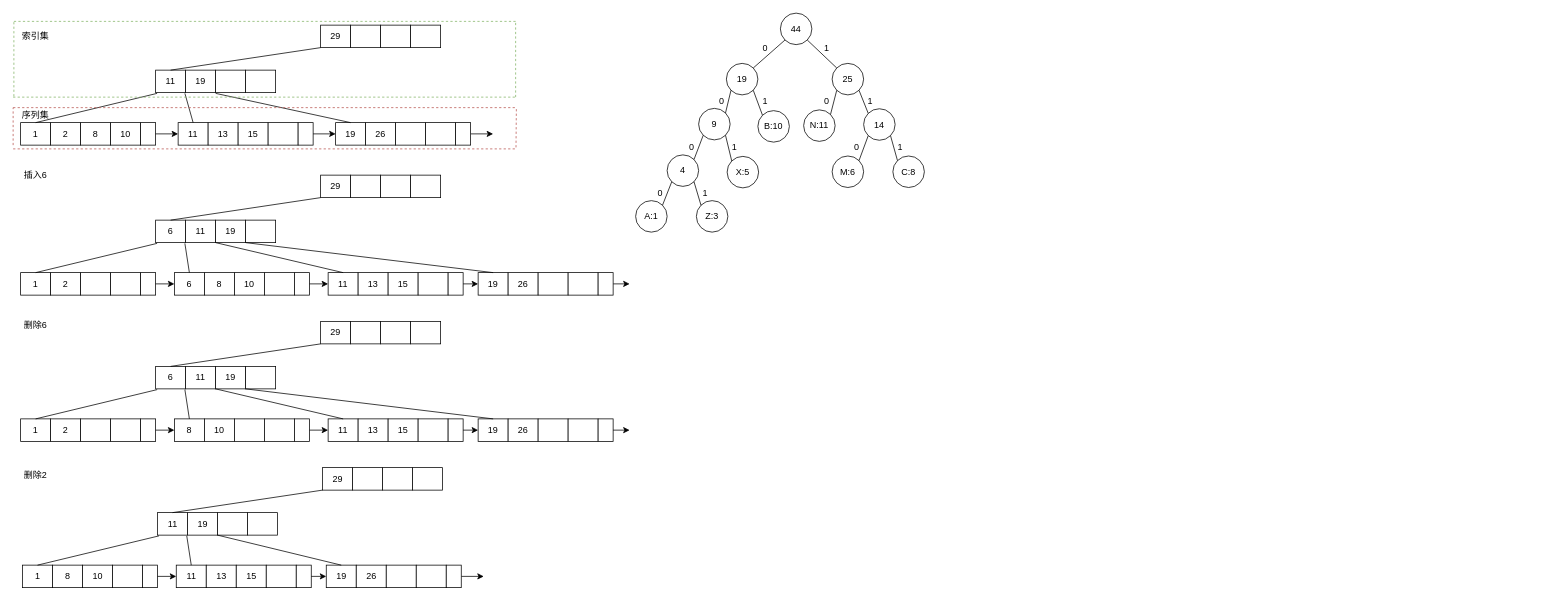
Above: 2020.drawio in swduan/88888888 (draw.io), before the change. Source tidied: cells renumbered, new cells numbered last; positions are measured from the earlier drawing's top-left corner, leaving out a move shared by most shapes. Both pictures are drawn from the tidied source at 75%, with x=0, y=0 at pixel (13, 13).
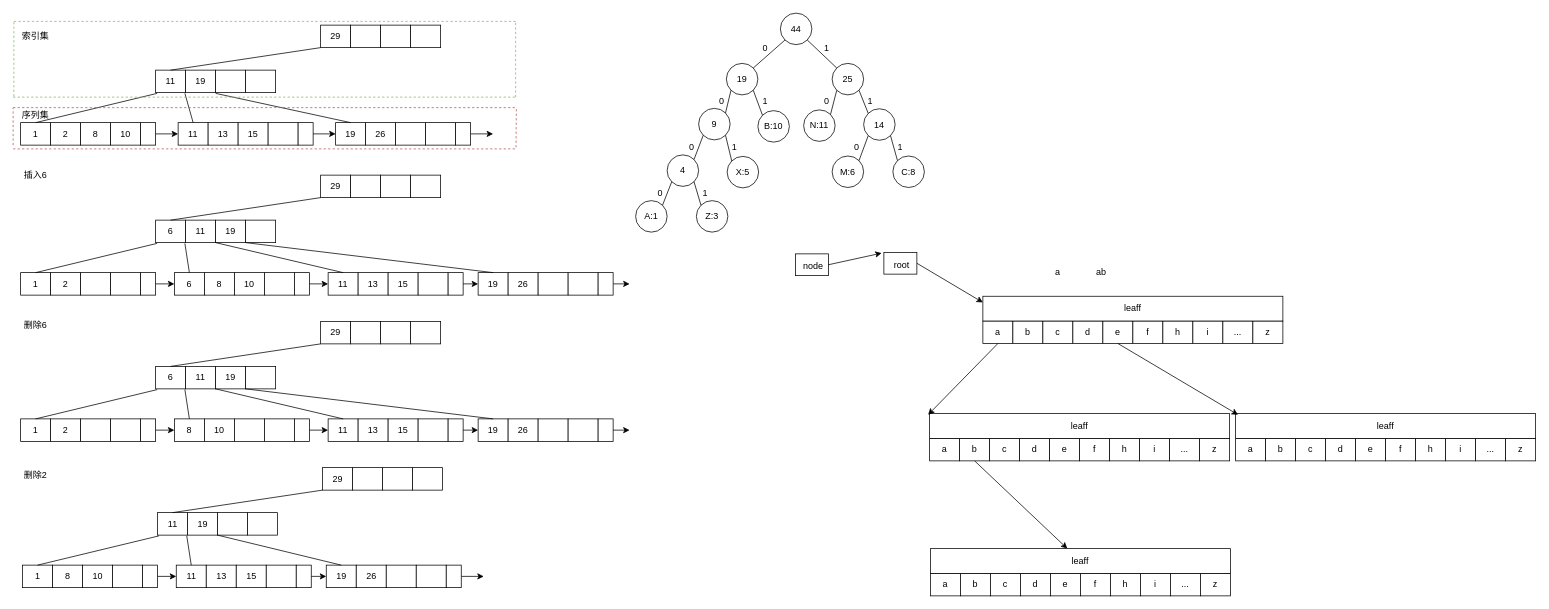
The same page after the edit.

What changed in the source:
```diff
@@
+    <mxCell id="186" value="a" style="rounded=0;whiteSpace=wrap;html=1;" parent="1" vertex="1">
+      <mxGeometry x="1293" y="410.5" width="40" height="30" as="geometry" />
+    </mxCell>
+    <mxCell id="187" value="b" style="rounded=0;whiteSpace=wrap;html=1;" parent="1" vertex="1">
+      <mxGeometry x="1333" y="410.5" width="40" height="30" as="geometry" />
+    </mxCell>
+    <mxCell id="188" value="c" style="rounded=0;whiteSpace=wrap;html=1;" parent="1" vertex="1">
+      <mxGeometry x="1373" y="410.5" width="40" height="30" as="geometry" />
+    </mxCell>
+    <mxCell id="189" value="d" style="rounded=0;whiteSpace=wrap;html=1;" parent="1" vertex="1">
+      <mxGeometry x="1413" y="410.5" width="40" height="30" as="geometry" />
+    </mxCell>
+    <mxCell id="190" value="e" style="rounded=0;whiteSpace=wrap;html=1;" parent="1" vertex="1">
+      <mxGeometry x="1453" y="410.5" width="40" height="30" as="geometry" />
+    </mxCell>
+    <mxCell id="191" value="f" style="rounded=0;whiteSpace=wrap;html=1;" parent="1" vertex="1">
+      <mxGeometry x="1493" y="410.5" width="40" height="30" as="geometry" />
+    </mxCell>
+    <mxCell id="192" value="h" style="rounded=0;whiteSpace=wrap;html=1;" parent="1" vertex="1">
+      <mxGeometry x="1533" y="410.5" width="40" height="30" as="geometry" />
+    </mxCell>
+    <mxCell id="193" value="i" style="rounded=0;whiteSpace=wrap;html=1;" parent="1" vertex="1">
+      <mxGeometry x="1573" y="410.5" width="40" height="30" as="geometry" />
+    </mxCell>
+    <mxCell id="194" value="..." style="rounded=0;whiteSpace=wrap;html=1;" parent="1" vertex="1">
+      <mxGeometry x="1613" y="410.5" width="40" height="30" as="geometry" />
+    </mxCell>
+    <mxCell id="195" value="z" style="rounded=0;whiteSpace=wrap;html=1;" parent="1" vertex="1">
+      <mxGeometry x="1653" y="410.5" width="40" height="30" as="geometry" />
+    </mxCell>
+    <mxCell id="196" value="leaff" style="rounded=0;whiteSpace=wrap;html=1;" parent="1" vertex="1">
+      <mxGeometry x="1293" y="377.5" width="400" height="33" as="geometry" />
+    </mxCell>
+    <mxCell id="197" value="a" style="rounded=0;whiteSpace=wrap;html=1;" parent="1" vertex="1">
+      <mxGeometry x="1222" y="567" width="40" height="30" as="geometry" />
+    </mxCell>
+    <mxCell id="198" value="b" style="rounded=0;whiteSpace=wrap;html=1;" parent="1" vertex="1">
+      <mxGeometry x="1262" y="567" width="40" height="30" as="geometry" />
+    </mxCell>
+    <mxCell id="199" value="c" style="rounded=0;whiteSpace=wrap;html=1;" parent="1" vertex="1">
+      <mxGeometry x="1302" y="567" width="40" height="30" as="geometry" />
+    </mxCell>
+    <mxCell id="200" value="d" style="rounded=0;whiteSpace=wrap;html=1;" parent="1" vertex="1">
+      <mxGeometry x="1342" y="567" width="40" height="30" as="geometry" />
+    </mxCell>
+    <mxCell id="201" value="e" style="rounded=0;whiteSpace=wrap;html=1;" parent="1" vertex="1">
+      <mxGeometry x="1382" y="567" width="40" height="30" as="geometry" />
+    </mxCell>
+    <mxCell id="202" value="f" style="rounded=0;whiteSpace=wrap;html=1;" parent="1" vertex="1">
+      <mxGeometry x="1422" y="567" width="40" height="30" as="geometry" />
+    </mxCell>
+    <mxCell id="203" value="h" style="rounded=0;whiteSpace=wrap;html=1;" parent="1" vertex="1">
+      <mxGeometry x="1462" y="567" width="40" height="30" as="geometry" />
+    </mxCell>
+    <mxCell id="204" value="i" style="rounded=0;whiteSpace=wrap;html=1;" parent="1" vertex="1">
+      <mxGeometry x="1502" y="567" width="40" height="30" as="geometry" />
+    </mxCell>
+    <mxCell id="205" value="..." style="rounded=0;whiteSpace=wrap;html=1;" parent="1" vertex="1">
+      <mxGeometry x="1542" y="567" width="40" height="30" as="geometry" />
+    </mxCell>
+    <mxCell id="206" value="z" style="rounded=0;whiteSpace=wrap;html=1;" parent="1" vertex="1">
+      <mxGeometry x="1582" y="567" width="40" height="30" as="geometry" />
+    </mxCell>
+    <mxCell id="207" value="leaff" style="rounded=0;whiteSpace=wrap;html=1;" parent="1" vertex="1">
+      <mxGeometry x="1222" y="534" width="400" height="33" as="geometry" />
+    </mxCell>
+    <mxCell id="208" value="a" style="rounded=0;whiteSpace=wrap;html=1;" parent="1" vertex="1">
+      <mxGeometry x="1630" y="567" width="40" height="30" as="geometry" />
+    </mxCell>
+    <mxCell id="209" value="b" style="rounded=0;whiteSpace=wrap;html=1;" parent="1" vertex="1">
+      <mxGeometry x="1670" y="567" width="40" height="30" as="geometry" />
+    </mxCell>
+    <mxCell id="210" value="c" style="rounded=0;whiteSpace=wrap;html=1;" parent="1" vertex="1">
+      <mxGeometry x="1710" y="567" width="40" height="30" as="geometry" />
+    </mxCell>
+    <mxCell id="211" value="d" style="rounded=0;whiteSpace=wrap;html=1;" parent="1" vertex="1">
+      <mxGeometry x="1750" y="567" width="40" height="30" as="geometry" />
+    </mxCell>
+    <mxCell id="212" value="e" style="rounded=0;whiteSpace=wrap;html=1;" parent="1" vertex="1">
+      <mxGeometry x="1790" y="567" width="40" height="30" as="geometry" />
+    </mxCell>
+    <mxCell id="213" value="f" style="rounded=0;whiteSpace=wrap;html=1;" parent="1" vertex="1">
+      <mxGeometry x="1830" y="567" width="40" height="30" as="geometry" />
+    </mxCell>
+    <mxCell id="214" value="h" style="rounded=0;whiteSpace=wrap;html=1;" parent="1" vertex="1">
+      <mxGeometry x="1870" y="567" width="40" height="30" as="geometry" />
+    </mxCell>
+    <mxCell id="215" value="i" style="rounded=0;whiteSpace=wrap;html=1;" parent="1" vertex="1">
+      <mxGeometry x="1910" y="567" width="40" height="30" as="geometry" />
+    </mxCell>
+    <mxCell id="216" value="..." style="rounded=0;whiteSpace=wrap;html=1;" parent="1" vertex="1">
+      <mxGeometry x="1950" y="567" width="40" height="30" as="geometry" />
+    </mxCell>
+    <mxCell id="217" value="z" style="rounded=0;whiteSpace=wrap;html=1;" parent="1" vertex="1">
+      <mxGeometry x="1990" y="567" width="40" height="30" as="geometry" />
+    </mxCell>
+    <mxCell id="218" value="leaff" style="rounded=0;whiteSpace=wrap;html=1;" parent="1" vertex="1">
+      <mxGeometry x="1630" y="534" width="400" height="33" as="geometry" />
+    </mxCell>
+    <mxCell id="219" style="endArrow=classic;html=1;exitX=0.5;exitY=1;exitDx=0;exitDy=0;entryX=-0.005;entryY=0.045;entryDx=0;entryDy=0;entryPerimeter=0;" parent="1" edge="1" source="186" target="207">
+      <mxGeometry relative="1" as="geometry" />
+    </mxCell>
+    <mxCell id="220" style="endArrow=classic;html=1;exitX=0.5;exitY=1;exitDx=0;exitDy=0;entryX=0.008;entryY=0.045;entryDx=0;entryDy=0;entryPerimeter=0;" parent="1" edge="1" source="190" target="218">
+      <mxGeometry relative="1" as="geometry" />
+    </mxCell>
+    <mxCell id="221" value="a" style="rounded=0;whiteSpace=wrap;html=1;" parent="1" vertex="1">
+      <mxGeometry x="1223" y="747" width="40" height="30" as="geometry" />
+    </mxCell>
+    <mxCell id="222" value="b" style="rounded=0;whiteSpace=wrap;html=1;" parent="1" vertex="1">
+      <mxGeometry x="1263" y="747" width="40" height="30" as="geometry" />
+    </mxCell>
+    <mxCell id="223" value="c" style="rounded=0;whiteSpace=wrap;html=1;" parent="1" vertex="1">
+      <mxGeometry x="1303" y="747" width="40" height="30" as="geometry" />
+    </mxCell>
+    <mxCell id="224" value="d" style="rounded=0;whiteSpace=wrap;html=1;" parent="1" vertex="1">
+      <mxGeometry x="1343" y="747" width="40" height="30" as="geometry" />
+    </mxCell>
+    <mxCell id="225" value="e" style="rounded=0;whiteSpace=wrap;html=1;" parent="1" vertex="1">
+      <mxGeometry x="1383" y="747" width="40" height="30" as="geometry" />
+    </mxCell>
+    <mxCell id="226" value="f" style="rounded=0;whiteSpace=wrap;html=1;" parent="1" vertex="1">
+      <mxGeometry x="1423" y="747" width="40" height="30" as="geometry" />
+    </mxCell>
+    <mxCell id="227" value="h" style="rounded=0;whiteSpace=wrap;html=1;" parent="1" vertex="1">
+      <mxGeometry x="1463" y="747" width="40" height="30" as="geometry" />
+    </mxCell>
+    <mxCell id="228" value="i" style="rounded=0;whiteSpace=wrap;html=1;" parent="1" vertex="1">
+      <mxGeometry x="1503" y="747" width="40" height="30" as="geometry" />
+    </mxCell>
+    <mxCell id="229" value="..." style="rounded=0;whiteSpace=wrap;html=1;" parent="1" vertex="1">
+      <mxGeometry x="1543" y="747" width="40" height="30" as="geometry" />
+    </mxCell>
+    <mxCell id="230" value="z" style="rounded=0;whiteSpace=wrap;html=1;" parent="1" vertex="1">
+      <mxGeometry x="1583" y="747" width="40" height="30" as="geometry" />
+    </mxCell>
+    <mxCell id="231" value="leaff" style="rounded=0;whiteSpace=wrap;html=1;" parent="1" vertex="1">
+      <mxGeometry x="1223" y="714" width="400" height="33" as="geometry" />
+    </mxCell>
+    <mxCell id="232" style="endArrow=classic;html=1;exitX=0.5;exitY=1;exitDx=0;exitDy=0;" parent="1" edge="1" source="198" target="231">
+      <mxGeometry relative="1" as="geometry" />
+    </mxCell>
+    <mxCell id="233" value="a" style="text;html=1;strokeColor=none;fillColor=none;align=center;verticalAlign=middle;whiteSpace=wrap;rounded=0;" parent="1" vertex="1">
+      <mxGeometry x="1373" y="335.5" width="40" height="20" as="geometry" />
+    </mxCell>
+    <mxCell id="234" value="ab" style="text;html=1;strokeColor=none;fillColor=none;align=center;verticalAlign=middle;whiteSpace=wrap;rounded=0;" parent="1" vertex="1">
+      <mxGeometry x="1431" y="335.5" width="40" height="20" as="geometry" />
+    </mxCell>
+    <mxCell id="235" style="endArrow=classic;html=1;entryX=0;entryY=0.25;entryDx=0;entryDy=0;exitX=1;exitY=0.5;exitDx=0;exitDy=0;" parent="1" edge="1" source="236" target="196">
+      <mxGeometry relative="1" as="geometry" />
+    </mxCell>
+    <mxCell id="236" style="rounded=0;whiteSpace=wrap;html=1;" parent="1" vertex="1">
+      <mxGeometry x="1161" y="319" width="44" height="29" as="geometry" />
+    </mxCell>
+    <mxCell id="237" value="root" style="text;html=1;strokeColor=none;fillColor=none;align=center;verticalAlign=middle;whiteSpace=wrap;rounded=0;" parent="1" vertex="1">
+      <mxGeometry x="1165" y="326" width="40" height="20" as="geometry" />
+    </mxCell>
+    <mxCell id="238" style="rounded=0;whiteSpace=wrap;html=1;" parent="1" vertex="1">
+      <mxGeometry x="1043" y="321" width="44" height="29" as="geometry" />
+    </mxCell>
+    <mxCell id="239" value="node" style="text;html=1;strokeColor=none;fillColor=none;align=center;verticalAlign=middle;whiteSpace=wrap;rounded=0;" parent="1" vertex="1">
+      <mxGeometry x="1047" y="328" width="40" height="20" as="geometry" />
+    </mxCell>
+    <mxCell id="240" style="endArrow=classic;html=1;entryX=-0.068;entryY=0.034;entryDx=0;entryDy=0;entryPerimeter=0;exitX=1;exitY=0.5;exitDx=0;exitDy=0;" parent="1" edge="1" source="238" target="236">
+      <mxGeometry relative="1" as="geometry" />
+    </mxCell>
```
